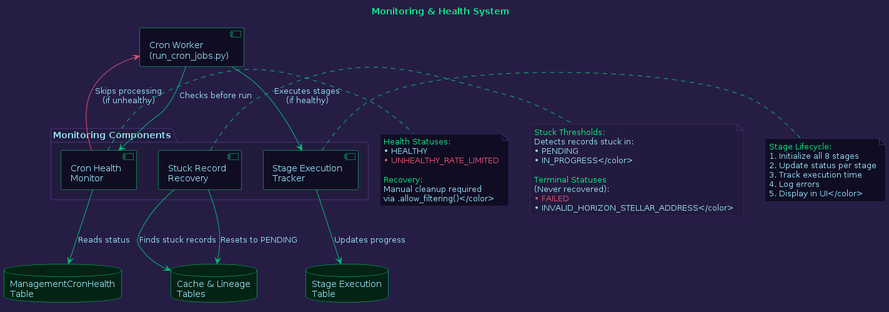
Earlier version of the PlantUML export diagrams/Monitoring System.png (areveur51/StellarMapWeb).
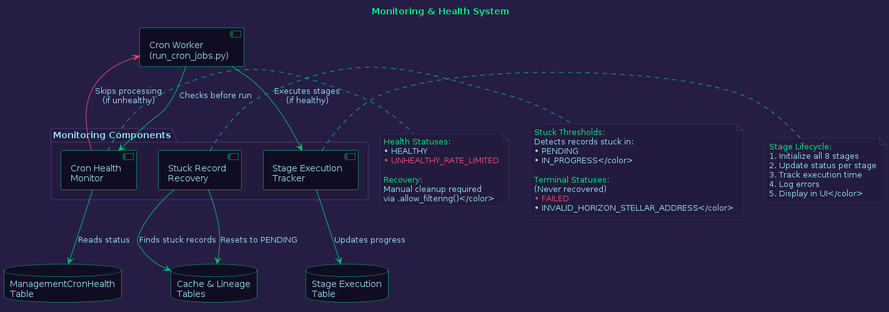
Later version of the same file.

What changed in the source:
```diff
@@ -11,7 +11,7 @@
 }
 
 skinparam database {
-  BackgroundColor #032314
+  BackgroundColor #100D23
   BorderColor #0BE784
   FontColor #96DDF2
 }
@@ -23,7 +23,7 @@
 }
 
 skinparam note {
-  BackgroundColor #100D23
+  BackgroundColor #231B3D
   BorderColor #3f2c70
   FontColor #96DDF2
 }
@@ -53,7 +53,7 @@
 Recovery -[#01C176]-> DataDB : "Finds stuck records"
 Recovery -[#01C176]-> DataDB : "Resets to PENDING"
 
-note right of CronHealth #100D23
+note right of CronHealth #231B3D
   <color:#0BE784>Health Statuses:</color>
   <color:#96DDF2>• HEALTHY</color>
   <color:#E5526F>• UNHEALTHY_RATE_LIMITED</color>
@@ -69,13 +69,13 @@
   • PENDING
   • IN_PROGRESS</color>
 
-  <color:#0BE784>Terminal Statuses</color>
-  <color:#96DDF2>(Never recovered):</color>
+  <color:#0BE784>Terminal Statuses:</color>
+  <color:#96DDF2>(Never recovered)</color>
   <color:#E5526F>• FAILED
   • INVALID_HORIZON_STELLAR_ADDRESS</color>
 end note
 
-note right of StageTracker #100D23
+note right of StageTracker #231B3D
   <color:#0BE784>Stage Lifecycle:</color>
   <color:#96DDF2>1. Initialize all 8 stages
   2. Update status per stage
```
